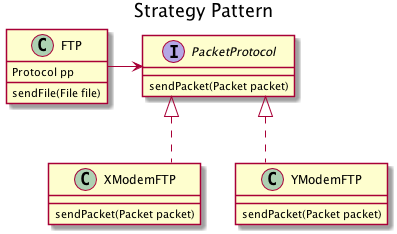
Earlier version of the PlantUML export docs/images/strategyExample.png (skiadas/SoftwareDevelopmentPracticumCourse). Its diagram source:
```plantuml
@startuml

skinparam linetype ortho

title Strategy Pattern

class FTP {
    Protocol pp
    sendFile(File file)
}

interface  PacketProtocol {
    sendPacket(Packet packet)
}

class XModemFTP implements PacketProtocol {
    sendPacket(Packet packet)
}

class YModemFTP implements PacketProtocol {
    sendPacket(Packet packet)
}

FTP -> PacketProtocol

@enduml
```
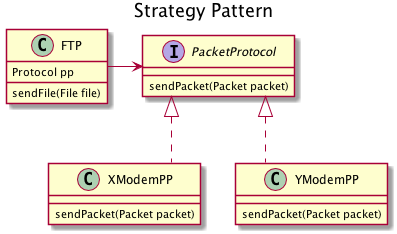
After the change.

Change to the diagram source:
```diff
@@ -13,11 +13,11 @@
     sendPacket(Packet packet)
 }
 
-class XModemFTP implements PacketProtocol {
+class XModemPP implements PacketProtocol {
     sendPacket(Packet packet)
 }
 
-class YModemFTP implements PacketProtocol {
+class YModemPP implements PacketProtocol {
     sendPacket(Packet packet)
 }
 
```
